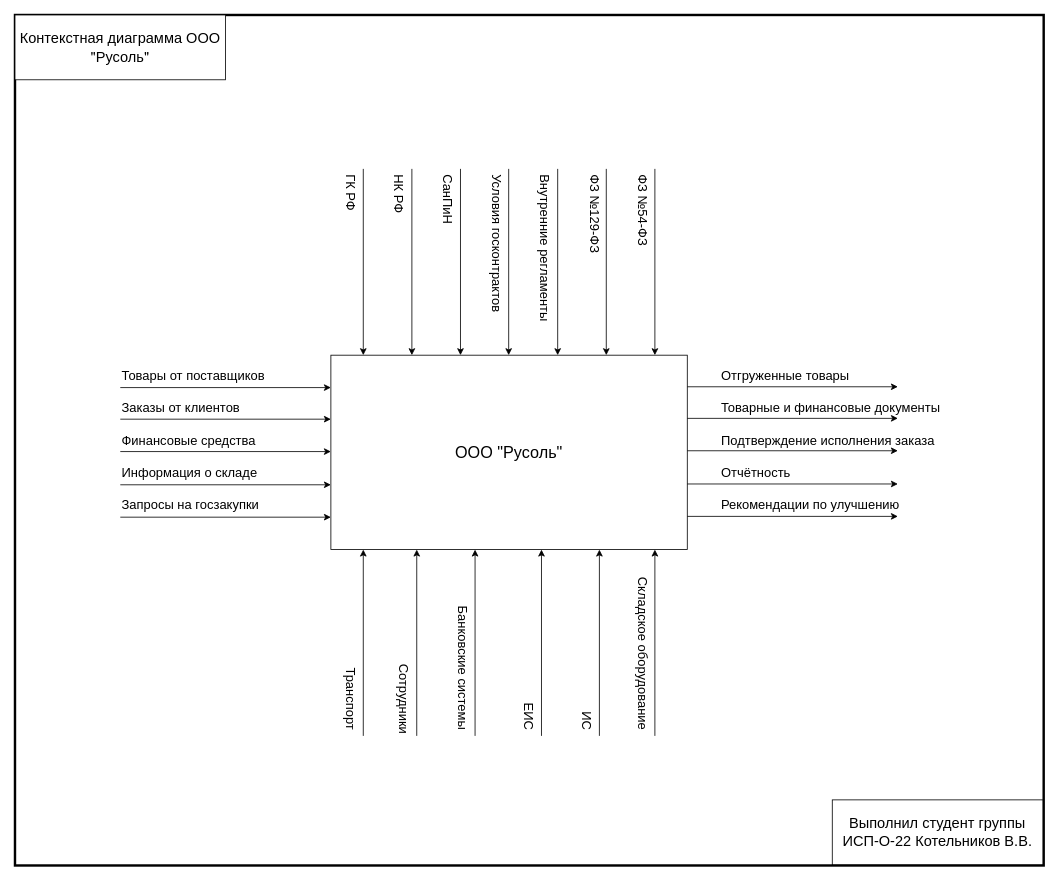
Above: page "контекстная диаграмма" (3 of 6) of media/Диаграммы  - салон связи.drawio in ColdenI/Diploma-IS-mobile-phone-store (draw.io), before the change. Source tidied: cells renumbered, new cells numbered last; positions are measured from the earlier drawing's top-left corner, leaving out a move shared by most shapes. Both pictures are drawn from the tidied source at 81%, with x=0, y=0 at pixel (15, 15).
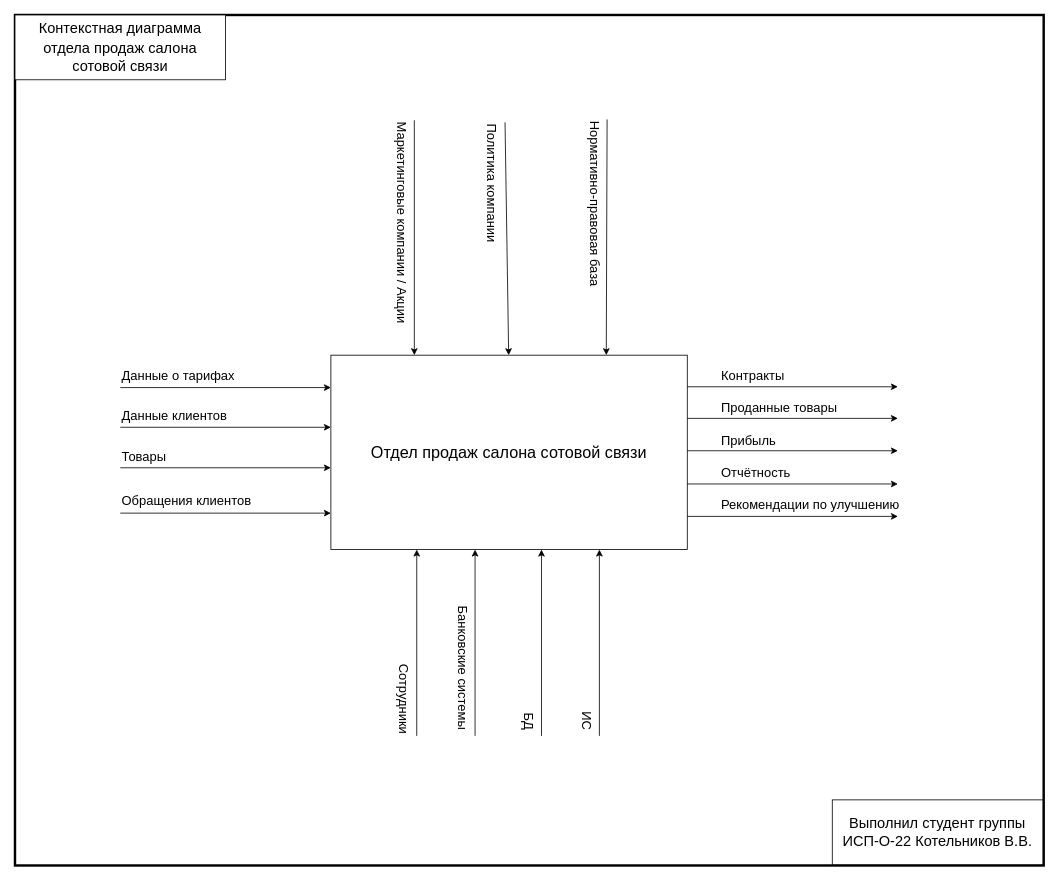
The same page after the edit.

What changed in the source:
```diff
@@
-    <mxCell id="3" value="ООО &quot;Русоль&quot;" style="rounded=0;whiteSpace=wrap;html=1;fontSize=20;" parent="1" vertex="1">
+    <mxCell id="3" value="Отдел продаж салона сотовой связи" style="rounded=0;whiteSpace=wrap;html=1;fontSize=20;" parent="1" vertex="1">
       <mxGeometry x="390" y="420" width="440" height="240" as="geometry" />
     </mxCell>
@@
-    <mxCell id="5" style="endArrow=classic;html=1;rounded=0;fontSize=16;" parent="1" edge="1">
-      <mxGeometry relative="1" as="geometry">
-        <mxPoint x="430" y="890" as="sourcePoint" />
-        <mxPoint x="430" y="660" as="targetPoint" />
-      </mxGeometry>
-    </mxCell>
-    <mxCell id="6" value="Товары от поставщиков" style="text;html=1;align=left;verticalAlign=middle;whiteSpace=wrap;rounded=0;fontSize=16;" parent="1" vertex="1">
+    <mxCell id="6" value="Данные о тарифах" style="text;html=1;align=left;verticalAlign=middle;whiteSpace=wrap;rounded=0;fontSize=16;" parent="1" vertex="1">
       <mxGeometry x="130" y="430" width="200" height="30" as="geometry" />
     </mxCell>
-    <mxCell id="7" value="Заказы от клиентов" style="text;html=1;align=left;verticalAlign=middle;whiteSpace=wrap;rounded=0;fontSize=16;" parent="1" vertex="1">
-      <mxGeometry x="130" y="470" width="200" height="30" as="geometry" />
+    <mxCell id="7" value="Данные клиентов" style="text;html=1;align=left;verticalAlign=middle;whiteSpace=wrap;rounded=0;fontSize=16;" parent="1" vertex="1">
+      <mxGeometry x="130" y="480" width="200" height="30" as="geometry" />
     </mxCell>
-    <mxCell id="8" value="Финансовые средства" style="text;html=1;align=left;verticalAlign=middle;whiteSpace=wrap;rounded=0;fontSize=16;" parent="1" vertex="1">
-      <mxGeometry x="130" y="510" width="200" height="30" as="geometry" />
+    <mxCell id="8" value="Товары" style="text;html=1;align=left;verticalAlign=middle;whiteSpace=wrap;rounded=0;fontSize=16;" parent="1" vertex="1">
+      <mxGeometry x="130" y="530" width="200" height="30" as="geometry" />
     </mxCell>
-    <mxCell id="9" value="Информация о складе" style="text;html=1;align=left;verticalAlign=middle;whiteSpace=wrap;rounded=0;fontSize=16;" parent="1" vertex="1">
-      <mxGeometry x="130" y="550" width="200" height="30" as="geometry" />
-    </mxCell>
-    <mxCell id="10" value="Запросы на госзакупки" style="text;html=1;align=left;verticalAlign=middle;whiteSpace=wrap;rounded=0;fontSize=16;" parent="1" vertex="1">
-      <mxGeometry x="130" y="590" width="200" height="30" as="geometry" />
-    </mxCell>
-    <mxCell id="11" value="Отгруженные товары" style="text;html=1;align=left;verticalAlign=middle;whiteSpace=wrap;rounded=0;fontSize=16;" parent="1" vertex="1">
+    <mxCell id="11" value="Контракты" style="text;html=1;align=left;verticalAlign=middle;whiteSpace=wrap;rounded=0;fontSize=16;" parent="1" vertex="1">
       <mxGeometry x="870" y="430" width="200" height="30" as="geometry" />
     </mxCell>
-    <mxCell id="12" value="Товарные и финансовые документы" style="text;html=1;align=left;verticalAlign=middle;whiteSpace=wrap;rounded=0;fontSize=16;" parent="1" vertex="1">
+    <mxCell id="12" value="Проданные товары" style="text;html=1;align=left;verticalAlign=middle;whiteSpace=wrap;rounded=0;fontSize=16;" parent="1" vertex="1">
       <mxGeometry x="870" y="470" width="320" height="30" as="geometry" />
     </mxCell>
@@
-    <mxCell id="14" value="Подтверждение исполнения заказа" style="text;html=1;align=left;verticalAlign=middle;whiteSpace=wrap;rounded=0;fontSize=16;" parent="1" vertex="1">
+    <mxCell id="14" value="Прибыль" style="text;html=1;align=left;verticalAlign=middle;whiteSpace=wrap;rounded=0;fontSize=16;" parent="1" vertex="1">
       <mxGeometry x="870" y="510" width="280" height="30" as="geometry" />
     </mxCell>
@@
-    <mxCell id="17" value="Транспорт" style="text;html=1;align=right;verticalAlign=middle;whiteSpace=wrap;rounded=0;direction=east;rotation=90;fontSize=16;" parent="1" vertex="1">
-      <mxGeometry x="315" y="770" width="200" height="30" as="geometry" />
-    </mxCell>
@@
-    <mxCell id="19" value="Складское оборудование" style="text;html=1;align=right;verticalAlign=middle;whiteSpace=wrap;rounded=0;direction=east;rotation=90;fontSize=16;" parent="1" vertex="1">
-      <mxGeometry x="676" y="770" width="200" height="30" as="geometry" />
-    </mxCell>
@@
-    <mxCell id="21" value="ЕИС" style="text;html=1;align=right;verticalAlign=middle;whiteSpace=wrap;rounded=0;direction=east;rotation=90;fontSize=16;" parent="1" vertex="1">
+    <mxCell id="21" value="БД" style="text;html=1;align=right;verticalAlign=middle;whiteSpace=wrap;rounded=0;direction=east;rotation=90;fontSize=16;" parent="1" vertex="1">
       <mxGeometry x="535" y="770" width="200" height="30" as="geometry" />
     </mxCell>
-    <mxCell id="22" style="endArrow=none;html=1;rounded=0;verticalAlign=middle;horizontal=1;endFill=0;startArrow=classic;startFill=1;fontSize=16;" parent="1" edge="1">
-      <mxGeometry relative="1" as="geometry">
-        <mxPoint x="430" y="420" as="sourcePoint" />
-        <mxPoint x="430" y="190" as="targetPoint" />
-      </mxGeometry>
-    </mxCell>
-    <mxCell id="23" value="ГК РФ" style="text;html=1;align=left;verticalAlign=middle;whiteSpace=wrap;rounded=0;rotation=90;fontSize=16;" parent="1" vertex="1">
-      <mxGeometry x="315" y="280" width="200" height="30" as="geometry" />
-    </mxCell>
-    <mxCell id="24" value="НК РФ" style="text;html=1;align=left;verticalAlign=middle;whiteSpace=wrap;rounded=0;rotation=90;fontSize=16;" parent="1" vertex="1">
-      <mxGeometry x="375" y="280" width="200" height="30" as="geometry" />
-    </mxCell>
-    <mxCell id="25" value="СанПиН" style="text;html=1;align=left;verticalAlign=middle;whiteSpace=wrap;rounded=0;rotation=90;fontSize=16;" parent="1" vertex="1">
-      <mxGeometry x="435" y="280" width="200" height="30" as="geometry" />
+    <mxCell id="25" value="Маркетинговые компании / Акции" style="text;html=1;align=left;verticalAlign=middle;whiteSpace=wrap;rounded=0;rotation=90;fontSize=16;" parent="1" vertex="1">
+      <mxGeometry x="345.5" y="247.5" width="265" height="30" as="geometry" />
     </mxCell>
-    <mxCell id="26" value="Внутренние регламенты" style="text;html=1;align=left;verticalAlign=middle;whiteSpace=wrap;rounded=0;rotation=90;fontSize=16;" parent="1" vertex="1">
-      <mxGeometry x="555" y="280" width="200" height="30" as="geometry" />
-    </mxCell>
-    <mxCell id="27" value="Условия госконтрактов" style="text;html=1;align=left;verticalAlign=middle;whiteSpace=wrap;rounded=0;rotation=90;fontSize=16;" parent="1" vertex="1">
-      <mxGeometry x="495" y="280" width="200" height="30" as="geometry" />
+    <mxCell id="27" value="Политика компании" style="text;html=1;align=left;verticalAlign=middle;whiteSpace=wrap;rounded=0;rotation=90;fontSize=16;" parent="1" vertex="1">
+      <mxGeometry x="490" y="217.5" width="200" height="30" as="geometry" />
     </mxCell>
-    <mxCell id="28" value="ФЗ №129-ФЗ" style="text;html=1;align=left;verticalAlign=middle;whiteSpace=wrap;rounded=0;rotation=90;fontSize=16;" parent="1" vertex="1">
-      <mxGeometry x="616" y="280" width="200" height="30" as="geometry" />
+    <mxCell id="28" value="Нормативно-правовая база" style="text;html=1;align=left;verticalAlign=middle;whiteSpace=wrap;rounded=0;rotation=90;fontSize=16;" parent="1" vertex="1">
+      <mxGeometry x="583" y="247" width="266" height="30" as="geometry" />
     </mxCell>
-    <mxCell id="29" value="ФЗ №54-ФЗ" style="text;html=1;align=left;verticalAlign=middle;whiteSpace=wrap;rounded=0;rotation=90;fontSize=16;" parent="1" vertex="1">
-      <mxGeometry x="676" y="280" width="200" height="30" as="geometry" />
-    </mxCell>
     <mxCell id="30" style="endArrow=classic;html=1;rounded=0;fontSize=16;" parent="1" edge="1">
       <mxGeometry relative="1" as="geometry">
-        <mxPoint x="130" y="499" as="sourcePoint" />
-        <mxPoint x="390" y="499" as="targetPoint" />
+        <mxPoint x="130" y="509" as="sourcePoint" />
+        <mxPoint x="390" y="509" as="targetPoint" />
       </mxGeometry>
     </mxCell>
     <mxCell id="31" style="endArrow=classic;html=1;rounded=0;fontSize=16;" parent="1" edge="1">
       <mxGeometry relative="1" as="geometry">
-        <mxPoint x="130" y="539" as="sourcePoint" />
-        <mxPoint x="390" y="539" as="targetPoint" />
+        <mxPoint x="130" y="559" as="sourcePoint" />
+        <mxPoint x="390" y="559" as="targetPoint" />
       </mxGeometry>
     </mxCell>
     <mxCell id="32" style="endArrow=classic;html=1;rounded=0;fontSize=16;" parent="1" edge="1">
       <mxGeometry relative="1" as="geometry">
-        <mxPoint x="130" y="580" as="sourcePoint" />
-        <mxPoint x="390" y="580" as="targetPoint" />
+        <mxPoint x="130" y="615" as="sourcePoint" />
+        <mxPoint x="390" y="615" as="targetPoint" />
       </mxGeometry>
     </mxCell>
-    <mxCell id="33" style="endArrow=classic;html=1;rounded=0;fontSize=16;" parent="1" edge="1">
-      <mxGeometry relative="1" as="geometry">
-        <mxPoint x="130" y="620" as="sourcePoint" />
-        <mxPoint x="390" y="620" as="targetPoint" />
-      </mxGeometry>
-    </mxCell>
@@
-    <mxCell id="43" style="endArrow=classic;html=1;rounded=0;fontSize=16;" parent="1" edge="1">
-      <mxGeometry relative="1" as="geometry">
-        <mxPoint x="790" y="890" as="sourcePoint" />
-        <mxPoint x="790" y="660" as="targetPoint" />
-      </mxGeometry>
-    </mxCell>
-    <mxCell id="44" style="endArrow=none;html=1;rounded=0;verticalAlign=middle;horizontal=1;endFill=0;startArrow=classic;startFill=1;fontSize=16;" parent="1" edge="1">
-      <mxGeometry relative="1" as="geometry">
-        <mxPoint x="790" y="420" as="sourcePoint" />
-        <mxPoint x="790" y="190" as="targetPoint" />
-      </mxGeometry>
-    </mxCell>
-    <mxCell id="45" style="endArrow=none;html=1;rounded=0;verticalAlign=middle;horizontal=1;endFill=0;startArrow=classic;startFill=1;fontSize=16;" parent="1" edge="1">
-      <mxGeometry relative="1" as="geometry">
-        <mxPoint x="490" y="420" as="sourcePoint" />
-        <mxPoint x="490" y="190" as="targetPoint" />
-      </mxGeometry>
-    </mxCell>
-    <mxCell id="46" style="endArrow=none;html=1;rounded=0;verticalAlign=middle;horizontal=1;endFill=0;startArrow=classic;startFill=1;fontSize=16;" parent="1" edge="1">
+    <mxCell id="46" style="endArrow=none;html=1;rounded=0;verticalAlign=middle;horizontal=1;endFill=0;startArrow=classic;startFill=1;fontSize=16;entryX=0;entryY=0;entryDx=0;entryDy=0;" parent="1" edge="1" target="25">
       <mxGeometry relative="1" as="geometry">
-        <mxPoint x="550" y="420" as="sourcePoint" />
-        <mxPoint x="550" y="190" as="targetPoint" />
+        <mxPoint x="493" y="420" as="sourcePoint" />
       </mxGeometry>
     </mxCell>
-    <mxCell id="47" style="endArrow=none;html=1;rounded=0;verticalAlign=middle;horizontal=1;endFill=0;startArrow=classic;startFill=1;fontSize=16;" parent="1" edge="1">
+    <mxCell id="47" style="endArrow=none;html=1;rounded=0;verticalAlign=middle;horizontal=1;endFill=0;startArrow=classic;startFill=1;fontSize=16;entryX=0;entryY=0;entryDx=0;entryDy=0;" parent="1" edge="1" target="27">
       <mxGeometry relative="1" as="geometry">
         <mxPoint x="609.5" y="420" as="sourcePoint" />
-        <mxPoint x="609.5" y="190" as="targetPoint" />
       </mxGeometry>
     </mxCell>
-    <mxCell id="48" style="endArrow=none;html=1;rounded=0;verticalAlign=middle;horizontal=1;endFill=0;startArrow=classic;startFill=1;fontSize=16;" parent="1" edge="1">
-      <mxGeometry relative="1" as="geometry">
-        <mxPoint x="670" y="420" as="sourcePoint" />
-        <mxPoint x="670" y="190" as="targetPoint" />
-      </mxGeometry>
-    </mxCell>
-    <mxCell id="49" style="endArrow=none;html=1;rounded=0;verticalAlign=middle;horizontal=1;endFill=0;startArrow=classic;startFill=1;fontSize=16;" parent="1" edge="1">
+    <mxCell id="49" style="endArrow=none;html=1;rounded=0;verticalAlign=middle;horizontal=1;endFill=0;startArrow=classic;startFill=1;fontSize=16;entryX=0;entryY=0;entryDx=0;entryDy=0;" parent="1" edge="1" target="28">
       <mxGeometry relative="1" as="geometry">
         <mxPoint x="730" y="420" as="sourcePoint" />
-        <mxPoint x="730" y="190" as="targetPoint" />
       </mxGeometry>
     </mxCell>
-    <mxCell id="50" value="&lt;span style=&quot;font-family: &amp;quot;YS Text&amp;quot;, &amp;quot;Helvetica Neue&amp;quot;, Helvetica, Arial, sans-serif; font-size: 18px; text-align: left;&quot;&gt;Контекстная диаграмма ООО &quot;Русоль&quot;&lt;/span&gt;" style="rounded=0;whiteSpace=wrap;html=1;fontColor=default;labelBackgroundColor=none;fontSize=18;" parent="1" vertex="1">
+    <mxCell id="50" value="&lt;span style=&quot;font-family: &amp;quot;YS Text&amp;quot;, &amp;quot;Helvetica Neue&amp;quot;, Helvetica, Arial, sans-serif; font-size: 18px; text-align: left;&quot;&gt;Контекстная диаграмма отдела продаж салона сотовой связи&lt;/span&gt;" style="rounded=0;whiteSpace=wrap;html=1;fontColor=default;labelBackgroundColor=none;fontSize=18;" parent="1" vertex="1">
       <mxGeometry width="260" height="80" as="geometry" />
     </mxCell>
@@
+    <mxCell id="52" value="Обращения клиентов" style="text;html=1;align=left;verticalAlign=middle;whiteSpace=wrap;rounded=0;fontSize=16;" parent="1" vertex="1">
+      <mxGeometry x="130" y="585" width="200" height="30" as="geometry" />
+    </mxCell>
```
